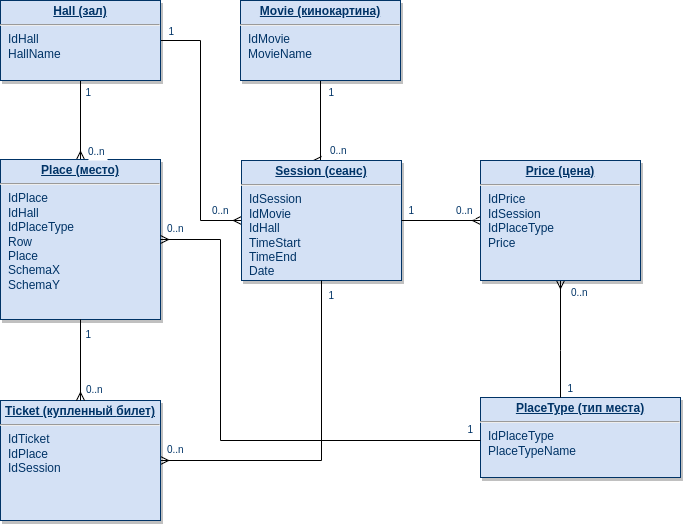
This is OTUS Cinema.drawio.png from otusteamedu/PHP_2022, a draw.io export, as it was before one commit. Source tidied: cells renumbered, new cells last; positions are measured from the earlier drawing's top-left corner, leaving out a move shared by most shapes. Source of this version:
```xml
<mxGraphModel>
  <root>
    <mxCell id="0" />
    <mxCell id="1" parent="0" />
    <mxCell id="2" style="edgeStyle=orthogonalEdgeStyle;rounded=0;jettySize=auto;html=1;endArrow=none;endFill=0;startArrow=ERmany;startFill=0;" parent="1" edge="1" source="16" target="6">
      <mxGeometry relative="1" as="geometry" />
    </mxCell>
    <mxCell id="3" style="edgeStyle=orthogonalEdgeStyle;rounded=0;orthogonalLoop=1;jettySize=auto;html=1;endArrow=none;endFill=0;startArrow=ERmany;startFill=0;" parent="1" edge="1">
      <mxGeometry relative="1" as="geometry">
        <mxPoint x="321" y="160" as="sourcePoint" />
        <mxPoint x="320" y="80" as="targetPoint" />
        <Array as="points">
          <mxPoint x="320" y="160" />
        </Array>
      </mxGeometry>
    </mxCell>
    <mxCell id="4" style="edgeStyle=orthogonalEdgeStyle;rounded=0;jettySize=auto;html=1;endArrow=none;endFill=0;startArrow=ERmany;startFill=0;" parent="1" edge="1" source="5" target="6">
      <mxGeometry relative="1" as="geometry">
        <Array as="points">
          <mxPoint x="200" y="220" />
          <mxPoint x="200" y="40" />
        </Array>
      </mxGeometry>
    </mxCell>
    <mxCell id="5" value="&lt;p style=&quot;margin: 4px 0px 0px; text-align: center;&quot;&gt;&lt;b&gt;&lt;u&gt;Session (сеанс)&lt;/u&gt;&lt;/b&gt;&lt;br&gt;&lt;/p&gt;&lt;hr&gt;&lt;p style=&quot;margin: 0px; margin-left: 8px;&quot;&gt;IdSession&lt;/p&gt;&lt;p style=&quot;margin: 0px 0px 0px 8px;&quot;&gt;Id&lt;span style=&quot;background-color: initial;&quot;&gt;Movie&lt;/span&gt;&lt;br&gt;&lt;/p&gt;&lt;p style=&quot;margin: 0px 0px 0px 8px;&quot;&gt;IdHall&lt;/p&gt;&lt;p style=&quot;margin: 0px 0px 0px 8px;&quot;&gt;&lt;span style=&quot;background-color: initial;&quot;&gt;TimeStart&lt;/span&gt;&lt;br&gt;&lt;/p&gt;&lt;p style=&quot;margin: 0px; margin-left: 8px;&quot;&gt;TimeEnd&lt;/p&gt;&lt;p style=&quot;margin: 0px; margin-left: 8px;&quot;&gt;Date&lt;/p&gt;&lt;p style=&quot;margin: 0px; margin-left: 8px;&quot;&gt;&lt;br&gt;&lt;/p&gt;" style="verticalAlign=top;align=left;overflow=fill;fontSize=12;fontFamily=Helvetica;html=1;strokeColor=#003366;shadow=1;fillColor=#D4E1F5;fontColor=#003366;" parent="1" vertex="1">
      <mxGeometry x="241" y="160" width="160" height="120" as="geometry" />
    </mxCell>
    <mxCell id="6" value="&lt;p style=&quot;margin: 4px 0px 0px; text-align: center;&quot;&gt;&lt;b&gt;&lt;u&gt;Hall (зал)&lt;/u&gt;&lt;/b&gt;&lt;/p&gt;&lt;hr&gt;&lt;p style=&quot;margin: 0px; margin-left: 8px;&quot;&gt;IdHall&lt;/p&gt;&lt;p style=&quot;margin: 0px; margin-left: 8px;&quot;&gt;HallName&lt;/p&gt;" style="verticalAlign=top;align=left;overflow=fill;fontSize=12;fontFamily=Helvetica;html=1;strokeColor=#003366;shadow=1;fillColor=#D4E1F5;fontColor=#003366;" parent="1" vertex="1">
      <mxGeometry width="160" height="80" as="geometry" />
    </mxCell>
    <mxCell id="7" value="&lt;p style=&quot;margin: 4px 0px 0px; text-align: center;&quot;&gt;&lt;b&gt;&lt;u&gt;Movie (кинокартина)&lt;/u&gt;&lt;/b&gt;&lt;/p&gt;&lt;hr&gt;&lt;p style=&quot;margin: 0px; margin-left: 8px;&quot;&gt;IdMovie&lt;/p&gt;&lt;p style=&quot;margin: 0px; margin-left: 8px;&quot;&gt;MovieName&lt;/p&gt;" style="verticalAlign=top;align=left;overflow=fill;fontSize=12;fontFamily=Helvetica;html=1;strokeColor=#003366;shadow=1;fillColor=#D4E1F5;fontColor=#003366;" parent="1" vertex="1">
      <mxGeometry x="240" width="160" height="80" as="geometry" />
    </mxCell>
    <mxCell id="8" value="&lt;p style=&quot;margin: 4px 0px 0px; text-align: center;&quot;&gt;&lt;b&gt;&lt;u&gt;PlaceType (тип места)&lt;/u&gt;&lt;/b&gt;&lt;/p&gt;&lt;hr&gt;&lt;p style=&quot;margin: 0px; margin-left: 8px;&quot;&gt;IdPlaceType&lt;/p&gt;&lt;p style=&quot;margin: 0px; margin-left: 8px;&quot;&gt;PlaceTypeName&lt;/p&gt;" style="verticalAlign=top;align=left;overflow=fill;fontSize=12;fontFamily=Helvetica;html=1;strokeColor=#003366;shadow=1;fillColor=#D4E1F5;fontColor=#003366;" parent="1" vertex="1">
      <mxGeometry x="480" y="397" width="200" height="80" as="geometry" />
    </mxCell>
    <mxCell id="9" style="edgeStyle=orthogonalEdgeStyle;rounded=0;jettySize=auto;html=1;endArrow=none;endFill=0;startArrow=ERmany;startFill=0;" parent="1" edge="1" source="10" target="5">
      <mxGeometry relative="1" as="geometry" />
    </mxCell>
    <mxCell id="10" value="&lt;p style=&quot;margin: 4px 0px 0px; text-align: center;&quot;&gt;&lt;b&gt;&lt;u&gt;Ticket (купленный&amp;nbsp;&lt;/u&gt;&lt;/b&gt;&lt;b style=&quot;background-color: initial;&quot;&gt;&lt;u&gt;билет)&lt;/u&gt;&lt;/b&gt;&lt;/p&gt;&lt;hr&gt;&lt;p style=&quot;margin: 0px; margin-left: 8px;&quot;&gt;IdTicket&lt;/p&gt;&lt;p style=&quot;margin: 0px 0px 0px 8px;&quot;&gt;IdPlace&lt;/p&gt;&lt;p style=&quot;margin: 0px 0px 0px 8px;&quot;&gt;IdSession&lt;/p&gt;" style="verticalAlign=top;align=left;overflow=fill;fontSize=12;fontFamily=Helvetica;html=1;strokeColor=#003366;shadow=1;fillColor=#D4E1F5;fontColor=#003366;" parent="1" vertex="1">
      <mxGeometry y="400" width="160" height="120" as="geometry" />
    </mxCell>
    <mxCell id="11" style="edgeStyle=orthogonalEdgeStyle;rounded=0;jettySize=auto;html=1;endArrow=none;endFill=0;startArrow=ERmany;startFill=0;" parent="1" edge="1" source="13" target="8">
      <mxGeometry relative="1" as="geometry">
        <Array as="points">
          <mxPoint x="560" y="350" />
          <mxPoint x="560" y="350" />
        </Array>
      </mxGeometry>
    </mxCell>
    <mxCell id="12" style="edgeStyle=orthogonalEdgeStyle;rounded=0;jettySize=auto;html=1;endArrow=none;endFill=0;startArrow=ERmany;startFill=0;" parent="1" edge="1" source="13" target="5">
      <mxGeometry relative="1" as="geometry" />
    </mxCell>
    <mxCell id="13" value="&lt;p style=&quot;margin: 4px 0px 0px; text-align: center;&quot;&gt;&lt;b&gt;&lt;u&gt;Price (цена)&lt;/u&gt;&lt;/b&gt;&lt;br&gt;&lt;/p&gt;&lt;hr&gt;&lt;p style=&quot;margin: 0px; margin-left: 8px;&quot;&gt;IdPrice&lt;/p&gt;&lt;p style=&quot;margin: 0px 0px 0px 8px;&quot;&gt;&lt;span style=&quot;background-color: initial;&quot;&gt;IdSession&lt;/span&gt;&lt;br&gt;&lt;/p&gt;&lt;p style=&quot;margin: 0px 0px 0px 8px;&quot;&gt;IdPlaceType&lt;span style=&quot;background-color: initial;&quot;&gt;&lt;br&gt;&lt;/span&gt;&lt;/p&gt;&lt;p style=&quot;margin: 0px 0px 0px 8px;&quot;&gt;Price&lt;/p&gt;" style="verticalAlign=top;align=left;overflow=fill;fontSize=12;fontFamily=Helvetica;html=1;strokeColor=#003366;shadow=1;fillColor=#D4E1F5;fontColor=#003366;" parent="1" vertex="1">
      <mxGeometry x="480" y="160" width="160" height="120" as="geometry" />
    </mxCell>
    <mxCell id="14" value="0..n" style="align=left;verticalAlign=top;labelBackgroundColor=#ffffff;fontSize=10;strokeColor=#003366;shadow=1;fillColor=#D4E1F5;fontColor=#003366;" parent="1" vertex="1">
      <mxGeometry x="328" y="138" as="geometry" />
    </mxCell>
    <mxCell id="15" style="group;" parent="1" vertex="1">
      <mxGeometry y="139" width="160" height="180" as="geometry" />
    </mxCell>
    <mxCell id="16" value="&lt;p style=&quot;margin: 4px 0px 0px; text-align: center;&quot;&gt;&lt;b&gt;&lt;u&gt;Place (место)&lt;/u&gt;&lt;/b&gt;&lt;br&gt;&lt;/p&gt;&lt;hr&gt;&lt;p style=&quot;margin: 0px; margin-left: 8px;&quot;&gt;IdPlace&lt;/p&gt;&lt;p style=&quot;margin: 0px 0px 0px 8px;&quot;&gt;&lt;span style=&quot;background-color: initial;&quot;&gt;IdHall&lt;/span&gt;&lt;/p&gt;&lt;p style=&quot;margin: 0px; margin-left: 8px;&quot;&gt;&lt;span style=&quot;background-color: initial;&quot;&gt;Id&lt;/span&gt;&lt;span style=&quot;background-color: initial;&quot;&gt;PlaceType&lt;/span&gt;&lt;/p&gt;&lt;p style=&quot;margin: 0px; margin-left: 8px;&quot;&gt;&lt;span style=&quot;background-color: initial;&quot;&gt;Row&lt;/span&gt;&lt;/p&gt;&lt;p style=&quot;margin: 0px; margin-left: 8px;&quot;&gt;&lt;span style=&quot;background-color: initial;&quot;&gt;Place&lt;/span&gt;&lt;br&gt;&lt;/p&gt;&lt;p style=&quot;margin: 0px; margin-left: 8px;&quot;&gt;&lt;span style=&quot;background-color: initial;&quot;&gt;SchemaX&lt;/span&gt;&lt;/p&gt;&lt;p style=&quot;margin: 0px; margin-left: 8px;&quot;&gt;&lt;span style=&quot;background-color: initial;&quot;&gt;SchemaY&lt;/span&gt;&lt;/p&gt;&lt;p style=&quot;margin: 0px; margin-left: 8px;&quot;&gt;&lt;br&gt;&lt;/p&gt;" style="verticalAlign=top;align=left;overflow=fill;fontSize=12;fontFamily=Helvetica;html=1;strokeColor=#003366;shadow=1;fillColor=#D4E1F5;fontColor=#003366;" parent="15" vertex="1">
      <mxGeometry y="20" width="160" height="160" as="geometry" />
    </mxCell>
    <mxCell id="17" value="0..n" style="align=left;verticalAlign=top;labelBackgroundColor=#ffffff;fontSize=10;strokeColor=#003366;shadow=1;fillColor=#D4E1F5;fontColor=#003366;" parent="15" vertex="1">
      <mxGeometry x="86" as="geometry" />
    </mxCell>
    <mxCell id="18" style="edgeStyle=orthogonalEdgeStyle;rounded=0;jettySize=auto;html=1;endArrow=ERmany;endFill=0;" parent="1" edge="1" source="16" target="10">
      <mxGeometry relative="1" as="geometry" />
    </mxCell>
    <mxCell id="19" value="0..n" style="align=left;verticalAlign=top;labelBackgroundColor=#ffffff;fontSize=10;strokeColor=#003366;shadow=1;fillColor=#D4E1F5;fontColor=#003366;" parent="1" vertex="1">
      <mxGeometry x="165" y="437" as="geometry" />
    </mxCell>
    <mxCell id="20" value="1" style="align=right;verticalAlign=top;labelBackgroundColor=#ffffff;fontSize=10;strokeColor=#003366;shadow=1;fillColor=#D4E1F5;fontColor=#003366;" parent="1" vertex="1">
      <mxGeometry x="335" y="283" as="geometry" />
    </mxCell>
    <mxCell id="21" value="0..n" style="align=left;verticalAlign=top;labelBackgroundColor=#ffffff;fontSize=10;strokeColor=#003366;shadow=1;fillColor=#D4E1F5;fontColor=#003366;" parent="1" vertex="1">
      <mxGeometry x="84" y="377" as="geometry" />
    </mxCell>
    <mxCell id="22" value="1" style="align=right;verticalAlign=top;labelBackgroundColor=#ffffff;fontSize=10;strokeColor=#003366;shadow=1;fillColor=#D4E1F5;fontColor=#003366;" parent="1" vertex="1">
      <mxGeometry x="92" y="322" as="geometry" />
    </mxCell>
    <mxCell id="23" value="0..n" style="align=left;verticalAlign=top;labelBackgroundColor=#ffffff;fontSize=10;strokeColor=#003366;shadow=1;fillColor=#D4E1F5;fontColor=#003366;" parent="1" vertex="1">
      <mxGeometry x="569" y="280" as="geometry" />
    </mxCell>
    <mxCell id="24" value="1" style="align=right;verticalAlign=top;labelBackgroundColor=#ffffff;fontSize=10;strokeColor=#003366;shadow=1;fillColor=#D4E1F5;fontColor=#003366;" parent="1" vertex="1">
      <mxGeometry x="574" y="376" as="geometry" />
    </mxCell>
    <mxCell id="25" value="0..n" style="align=left;verticalAlign=top;labelBackgroundColor=#ffffff;fontSize=10;strokeColor=#003366;shadow=1;fillColor=#D4E1F5;fontColor=#003366;" parent="1" vertex="1">
      <mxGeometry x="454" y="198" as="geometry" />
    </mxCell>
    <mxCell id="26" value="1" style="align=right;verticalAlign=top;labelBackgroundColor=#ffffff;fontSize=10;strokeColor=#003366;shadow=1;fillColor=#D4E1F5;fontColor=#003366;" parent="1" vertex="1">
      <mxGeometry x="415" y="198" as="geometry" />
    </mxCell>
    <mxCell id="27" value="0..n" style="align=left;verticalAlign=top;labelBackgroundColor=#ffffff;fontSize=10;strokeColor=#003366;shadow=1;fillColor=#D4E1F5;fontColor=#003366;" parent="1" vertex="1">
      <mxGeometry x="210" y="198" as="geometry" />
    </mxCell>
    <mxCell id="28" value="1" style="align=right;verticalAlign=top;labelBackgroundColor=#ffffff;fontSize=10;strokeColor=#003366;shadow=1;fillColor=#D4E1F5;fontColor=#003366;" parent="1" vertex="1">
      <mxGeometry x="175" y="19" as="geometry" />
    </mxCell>
    <mxCell id="29" style="edgeStyle=orthogonalEdgeStyle;rounded=0;jettySize=auto;html=1;endArrow=none;endFill=0;startArrow=ERmany;startFill=0;" parent="1" edge="1" source="16" target="8">
      <mxGeometry relative="1" as="geometry">
        <Array as="points">
          <mxPoint x="220" y="239" />
          <mxPoint x="220" y="440" />
        </Array>
      </mxGeometry>
    </mxCell>
    <mxCell id="30" value="0..n" style="align=left;verticalAlign=top;labelBackgroundColor=#ffffff;fontSize=10;strokeColor=#003366;shadow=1;fillColor=#D4E1F5;fontColor=#003366;" parent="1" vertex="1">
      <mxGeometry x="165" y="216" as="geometry" />
    </mxCell>
    <mxCell id="31" value="1" style="align=right;verticalAlign=top;labelBackgroundColor=#ffffff;fontSize=10;strokeColor=#003366;shadow=1;fillColor=#D4E1F5;fontColor=#003366;" parent="1" vertex="1">
      <mxGeometry x="474" y="417" as="geometry" />
    </mxCell>
    <mxCell id="32" value="1" style="align=right;verticalAlign=top;labelBackgroundColor=#ffffff;fontSize=10;strokeColor=#003366;shadow=1;fillColor=#D4E1F5;fontColor=#003366;" parent="1" vertex="1">
      <mxGeometry x="92" y="80" as="geometry" />
    </mxCell>
    <mxCell id="33" value="1" style="align=right;verticalAlign=top;labelBackgroundColor=#ffffff;fontSize=10;strokeColor=#003366;shadow=1;fillColor=#D4E1F5;fontColor=#003366;" parent="1" vertex="1">
      <mxGeometry x="335" y="80" as="geometry" />
    </mxCell>
  </root>
</mxGraphModel>
```
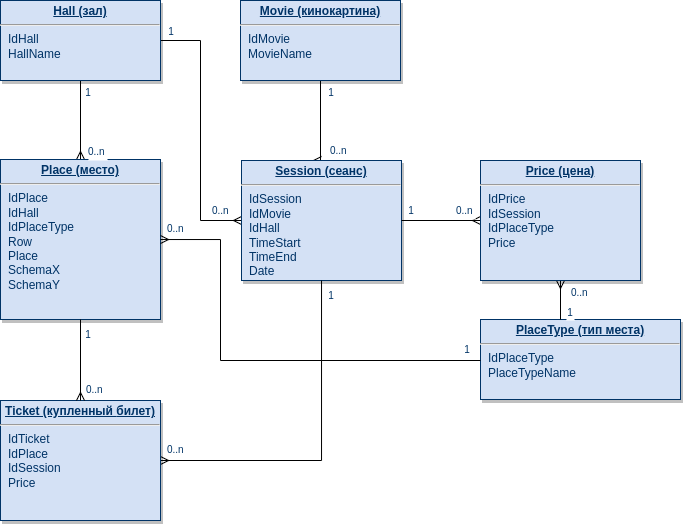
Later version of the same file.

Change to the diagram source:
```diff
@@ -32,12 +32,12 @@
       <mxGeometry x="240" width="160" height="80" as="geometry" />
     </mxCell>
     <mxCell id="8" value="&lt;p style=&quot;margin: 4px 0px 0px; text-align: center;&quot;&gt;&lt;b&gt;&lt;u&gt;PlaceType (тип места)&lt;/u&gt;&lt;/b&gt;&lt;/p&gt;&lt;hr&gt;&lt;p style=&quot;margin: 0px; margin-left: 8px;&quot;&gt;IdPlaceType&lt;/p&gt;&lt;p style=&quot;margin: 0px; margin-left: 8px;&quot;&gt;PlaceTypeName&lt;/p&gt;" style="verticalAlign=top;align=left;overflow=fill;fontSize=12;fontFamily=Helvetica;html=1;strokeColor=#003366;shadow=1;fillColor=#D4E1F5;fontColor=#003366;" parent="1" vertex="1">
-      <mxGeometry x="480" y="397" width="200" height="80" as="geometry" />
+      <mxGeometry x="480" y="319" width="200" height="80" as="geometry" />
     </mxCell>
     <mxCell id="9" style="edgeStyle=orthogonalEdgeStyle;rounded=0;jettySize=auto;html=1;endArrow=none;endFill=0;startArrow=ERmany;startFill=0;" parent="1" edge="1" source="10" target="5">
       <mxGeometry relative="1" as="geometry" />
     </mxCell>
-    <mxCell id="10" value="&lt;p style=&quot;margin: 4px 0px 0px; text-align: center;&quot;&gt;&lt;b&gt;&lt;u&gt;Ticket (купленный&amp;nbsp;&lt;/u&gt;&lt;/b&gt;&lt;b style=&quot;background-color: initial;&quot;&gt;&lt;u&gt;билет)&lt;/u&gt;&lt;/b&gt;&lt;/p&gt;&lt;hr&gt;&lt;p style=&quot;margin: 0px; margin-left: 8px;&quot;&gt;IdTicket&lt;/p&gt;&lt;p style=&quot;margin: 0px 0px 0px 8px;&quot;&gt;IdPlace&lt;/p&gt;&lt;p style=&quot;margin: 0px 0px 0px 8px;&quot;&gt;IdSession&lt;/p&gt;" style="verticalAlign=top;align=left;overflow=fill;fontSize=12;fontFamily=Helvetica;html=1;strokeColor=#003366;shadow=1;fillColor=#D4E1F5;fontColor=#003366;" parent="1" vertex="1">
+    <mxCell id="10" value="&lt;p style=&quot;margin: 4px 0px 0px; text-align: center;&quot;&gt;&lt;b&gt;&lt;u&gt;Ticket (купленный&amp;nbsp;&lt;/u&gt;&lt;/b&gt;&lt;b style=&quot;background-color: initial;&quot;&gt;&lt;u&gt;билет)&lt;/u&gt;&lt;/b&gt;&lt;/p&gt;&lt;hr&gt;&lt;p style=&quot;margin: 0px; margin-left: 8px;&quot;&gt;IdTicket&lt;/p&gt;&lt;p style=&quot;margin: 0px 0px 0px 8px;&quot;&gt;IdPlace&lt;/p&gt;&lt;p style=&quot;margin: 0px 0px 0px 8px;&quot;&gt;IdSession&lt;/p&gt;&lt;p style=&quot;margin: 0px 0px 0px 8px;&quot;&gt;Price&lt;/p&gt;" style="verticalAlign=top;align=left;overflow=fill;fontSize=12;fontFamily=Helvetica;html=1;strokeColor=#003366;shadow=1;fillColor=#D4E1F5;fontColor=#003366;" parent="1" vertex="1">
       <mxGeometry y="400" width="160" height="120" as="geometry" />
     </mxCell>
     <mxCell id="11" style="edgeStyle=orthogonalEdgeStyle;rounded=0;jettySize=auto;html=1;endArrow=none;endFill=0;startArrow=ERmany;startFill=0;" parent="1" edge="1" source="13" target="8">
@@ -85,7 +85,7 @@
       <mxGeometry x="569" y="280" as="geometry" />
     </mxCell>
     <mxCell id="24" value="1" style="align=right;verticalAlign=top;labelBackgroundColor=#ffffff;fontSize=10;strokeColor=#003366;shadow=1;fillColor=#D4E1F5;fontColor=#003366;" parent="1" vertex="1">
-      <mxGeometry x="574" y="376" as="geometry" />
+      <mxGeometry x="574" y="300" as="geometry" />
     </mxCell>
     <mxCell id="25" value="0..n" style="align=left;verticalAlign=top;labelBackgroundColor=#ffffff;fontSize=10;strokeColor=#003366;shadow=1;fillColor=#D4E1F5;fontColor=#003366;" parent="1" vertex="1">
       <mxGeometry x="454" y="198" as="geometry" />
@@ -103,7 +103,7 @@
       <mxGeometry relative="1" as="geometry">
         <Array as="points">
           <mxPoint x="220" y="239" />
-          <mxPoint x="220" y="440" />
+          <mxPoint x="220" y="360" />
         </Array>
       </mxGeometry>
     </mxCell>
@@ -111,7 +111,7 @@
       <mxGeometry x="165" y="216" as="geometry" />
     </mxCell>
     <mxCell id="31" value="1" style="align=right;verticalAlign=top;labelBackgroundColor=#ffffff;fontSize=10;strokeColor=#003366;shadow=1;fillColor=#D4E1F5;fontColor=#003366;" parent="1" vertex="1">
-      <mxGeometry x="474" y="417" as="geometry" />
+      <mxGeometry x="471" y="337" as="geometry" />
     </mxCell>
     <mxCell id="32" value="1" style="align=right;verticalAlign=top;labelBackgroundColor=#ffffff;fontSize=10;strokeColor=#003366;shadow=1;fillColor=#D4E1F5;fontColor=#003366;" parent="1" vertex="1">
       <mxGeometry x="92" y="80" as="geometry" />
```
